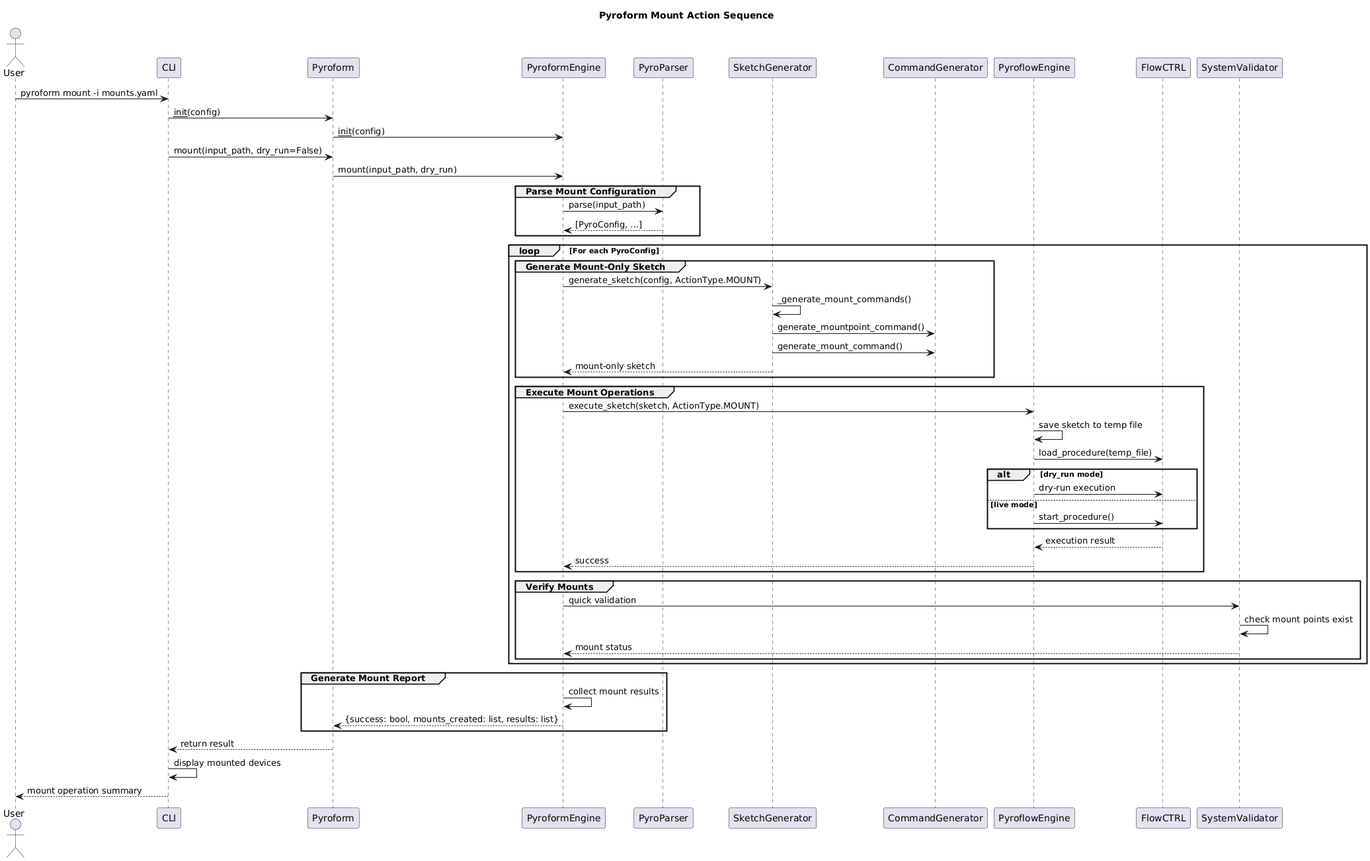
The PlantUML diagram pyroform/dox/Diagrams/pyroform_action_mount_sequence.png in Del-Tango/Pyroform, before a commit.
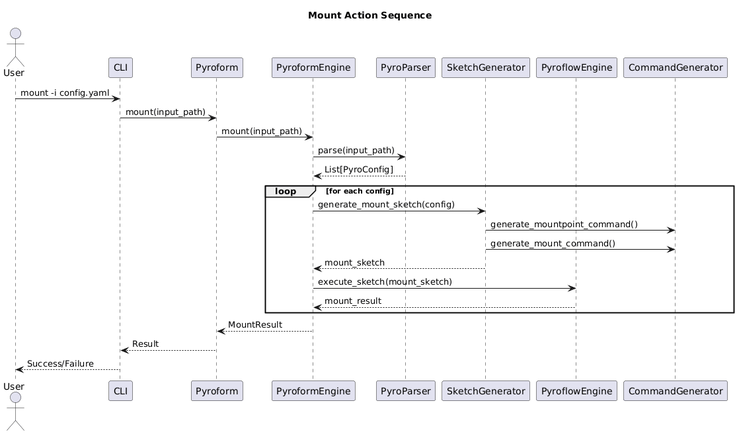
Above is the later version.

What changed in the source:
```diff
@@ -1,5 +1,5 @@
 @startuml
-title Pyroform Mount Action Sequence
+title Mount Action Sequence
 
 actor User
 participant CLI
@@ -7,58 +7,24 @@
 participant PyroformEngine
 participant PyroParser
 participant SketchGenerator
-participant CommandGenerator
 participant PyroflowEngine
-participant FlowCTRL
-participant SystemValidator
 
-User -> CLI: pyroform mount -i mounts.yaml
-CLI -> Pyroform: __init__(config)
-Pyroform -> PyroformEngine: __init__(config)
+User -> CLI: mount -i config.yaml
+CLI -> Pyroform: mount(input_path)
+Pyroform -> PyroformEngine: mount(input_path)
+PyroformEngine -> PyroParser: parse(input_path)
+PyroParser --> PyroformEngine: List[PyroConfig]
 
-CLI -> Pyroform: mount(input_path, dry_run=False)
-Pyroform -> PyroformEngine: mount(input_path, dry_run)
-
-group Parse Mount Configuration
-    PyroformEngine -> PyroParser: parse(input_path)
-    PyroParser --> PyroformEngine: [PyroConfig, ...]
+loop for each config
+  PyroformEngine -> SketchGenerator: generate_mount_sketch(config)
+  SketchGenerator -> CommandGenerator: generate_mountpoint_command()
+  SketchGenerator -> CommandGenerator: generate_mount_command()
+  SketchGenerator --> PyroformEngine: mount_sketch
+  PyroformEngine -> PyroflowEngine: execute_sketch(mount_sketch)
+  PyroflowEngine --> PyroformEngine: mount_result
 end
 
-loop For each PyroConfig
-    group Generate Mount-Only Sketch
-        PyroformEngine -> SketchGenerator: generate_sketch(config, ActionType.MOUNT)
-        SketchGenerator -> SketchGenerator: _generate_mount_commands()
-        SketchGenerator -> CommandGenerator: generate_mountpoint_command()
-        SketchGenerator -> CommandGenerator: generate_mount_command()
-        SketchGenerator --> PyroformEngine: mount-only sketch
-    end
-
-    group Execute Mount Operations
-        PyroformEngine -> PyroflowEngine: execute_sketch(sketch, ActionType.MOUNT)
-        PyroflowEngine -> PyroflowEngine: save sketch to temp file
-        PyroflowEngine -> FlowCTRL: load_procedure(temp_file)
-        alt dry_run mode
-            PyroflowEngine -> FlowCTRL: dry-run execution
-        else live mode
-            PyroflowEngine -> FlowCTRL: start_procedure()
-        end
-        FlowCTRL --> PyroflowEngine: execution result
-        PyroflowEngine --> PyroformEngine: success
-    end
-
-    group Verify Mounts
-        PyroformEngine -> SystemValidator: quick validation
-        SystemValidator -> SystemValidator: check mount points exist
-        SystemValidator --> PyroformEngine: mount status
-    end
-end
-
-group Generate Mount Report
-    PyroformEngine -> PyroformEngine: collect mount results
-    PyroformEngine --> Pyroform: {success: bool, mounts_created: list, results: list}
-end
-
-Pyroform --> CLI: return result
-CLI -> CLI: display mounted devices
-CLI --> User: mount operation summary
+PyroformEngine --> Pyroform: MountResult
+Pyroform --> CLI: Result
+CLI --> User: Success/Failure
 @enduml
```
